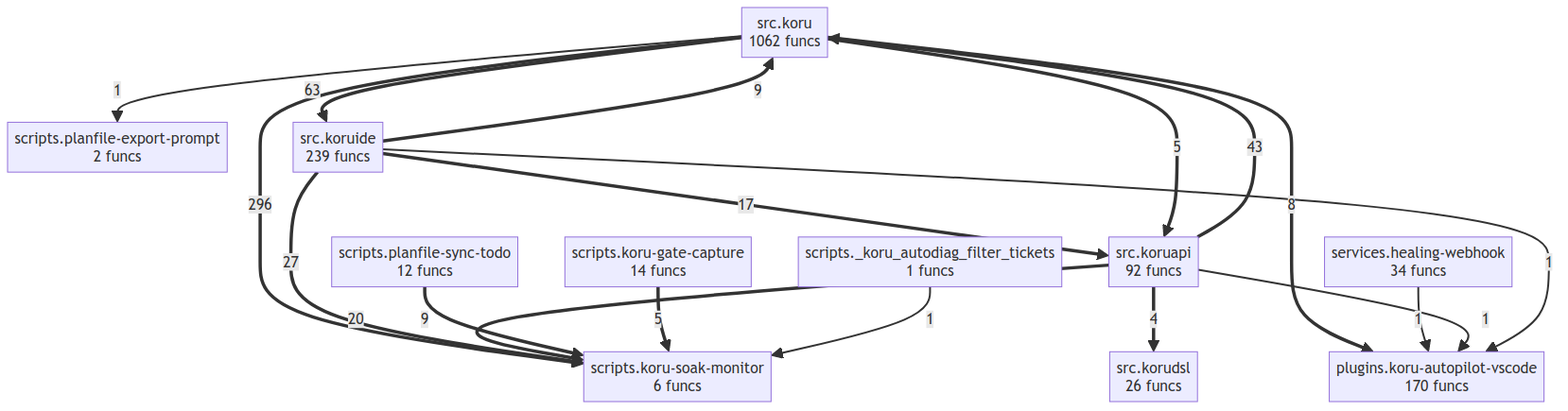
Earlier version of the Mermaid export project/compact_flow.png (semcod/koru). Its source is kept beside it as project/compact_flow.mmd.
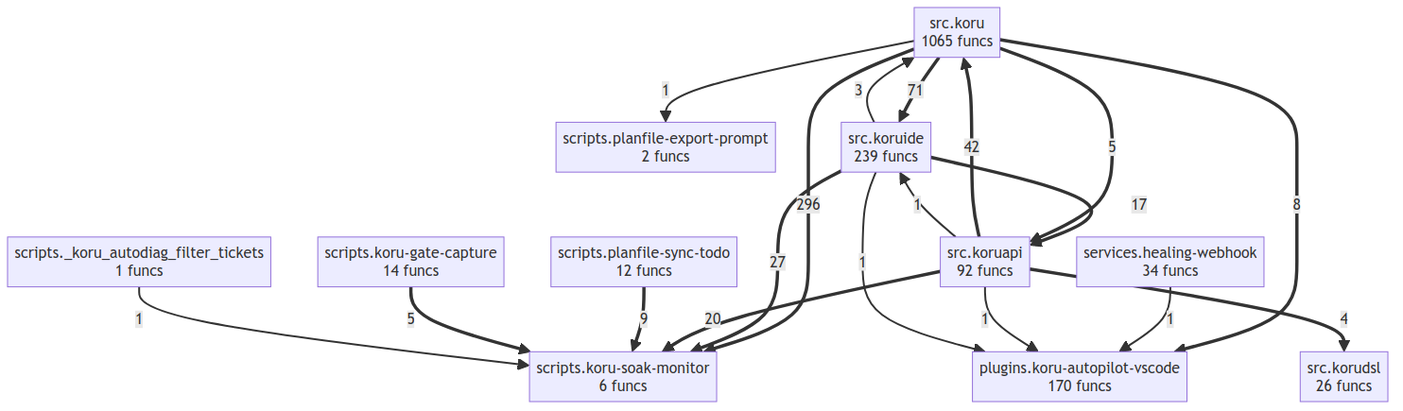
After the commit.

The edit, as a diff of the source:
```diff
@@ -6,24 +6,25 @@
     scripts__planfile_export_prompt["scripts.planfile-export-prompt<br/>2 funcs"]
     scripts__planfile_sync_todo["scripts.planfile-sync-todo<br/>12 funcs"]
     services__healing_webhook["services.healing-webhook<br/>34 funcs"]
-    src__koru["src.koru<br/>1062 funcs"]
+    src__koru["src.koru<br/>1065 funcs"]
     src__koruapi["src.koruapi<br/>92 funcs"]
     src__korudsl["src.korudsl<br/>26 funcs"]
     src__koruide["src.koruide<br/>239 funcs"]
     src__koru ==>|296| scripts__koru_soak_monitor
-    src__koru ==>|63| src__koruide
-    src__koruapi ==>|43| src__koru
+    src__koru ==>|71| src__koruide
+    src__koruapi ==>|42| src__koru
     src__koruide ==>|27| scripts__koru_soak_monitor
     src__koruapi ==>|20| scripts__koru_soak_monitor
     src__koruide ==>|17| src__koruapi
-    src__koruide ==>|9| src__koru
     scripts__planfile_sync_todo ==>|9| scripts__koru_soak_monitor
     src__koru ==>|8| plugins__koru_autopilot_vscode
     src__koru ==>|5| src__koruapi
     scripts__koru_gate_capture ==>|5| scripts__koru_soak_monitor
     src__koruapi ==>|4| src__korudsl
+    src__koruide -->|3| src__koru
     services__healing_webhook -->|1| plugins__koru_autopilot_vscode
     src__koruapi -->|1| plugins__koru_autopilot_vscode
+    src__koruapi -->|1| src__koruide
+    src__koruide -->|1| plugins__koru_autopilot_vscode
     src__koru -->|1| scripts__planfile_export_prompt
     scripts___koru_autodiag_filter_tickets -->|1| scripts__koru_soak_monitor
-    src__koruide -->|1| plugins__koru_autopilot_vscode
```
